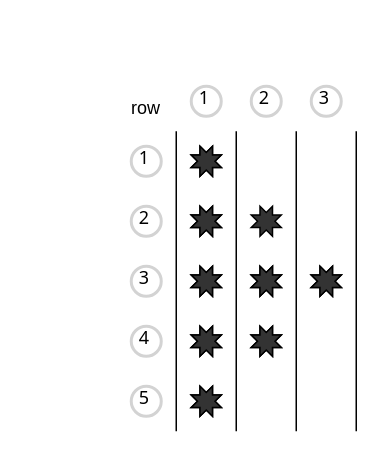
This is piramid.drawio from vinaydanidhariyamu/web-development, a draw.io file, before an edit. Source tidied: cells renumbered, new cells numbered last; positions are measured from the earlier drawing's top-left corner, leaving out a move shared by most shapes. Both pictures are drawn from the tidied source at 150%, with x=0, y=0 at pixel (100, 86).
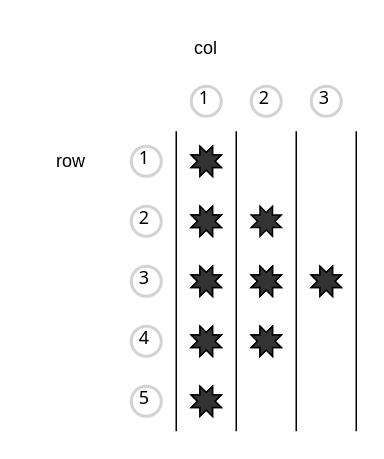
The same page after the edit.

Change to the diagram source:
```diff
@@
     <mxCell id="28" value="row&lt;br&gt;" style="text;html=1;strokeColor=none;fillColor=none;align=center;verticalAlign=middle;whiteSpace=wrap;rounded=0;" parent="1" vertex="1">
-      <mxGeometry width="60" height="30" as="geometry" />
+      <mxGeometry x="-50" y="35" width="60" height="30" as="geometry" />
     </mxCell>
@@
+    <mxCell id="32" value="col" style="text;html=1;strokeColor=none;fillColor=none;align=center;verticalAlign=middle;whiteSpace=wrap;rounded=0;" parent="1" vertex="1">
+      <mxGeometry x="40" y="-40" width="60" height="30" as="geometry" />
+    </mxCell>
```
